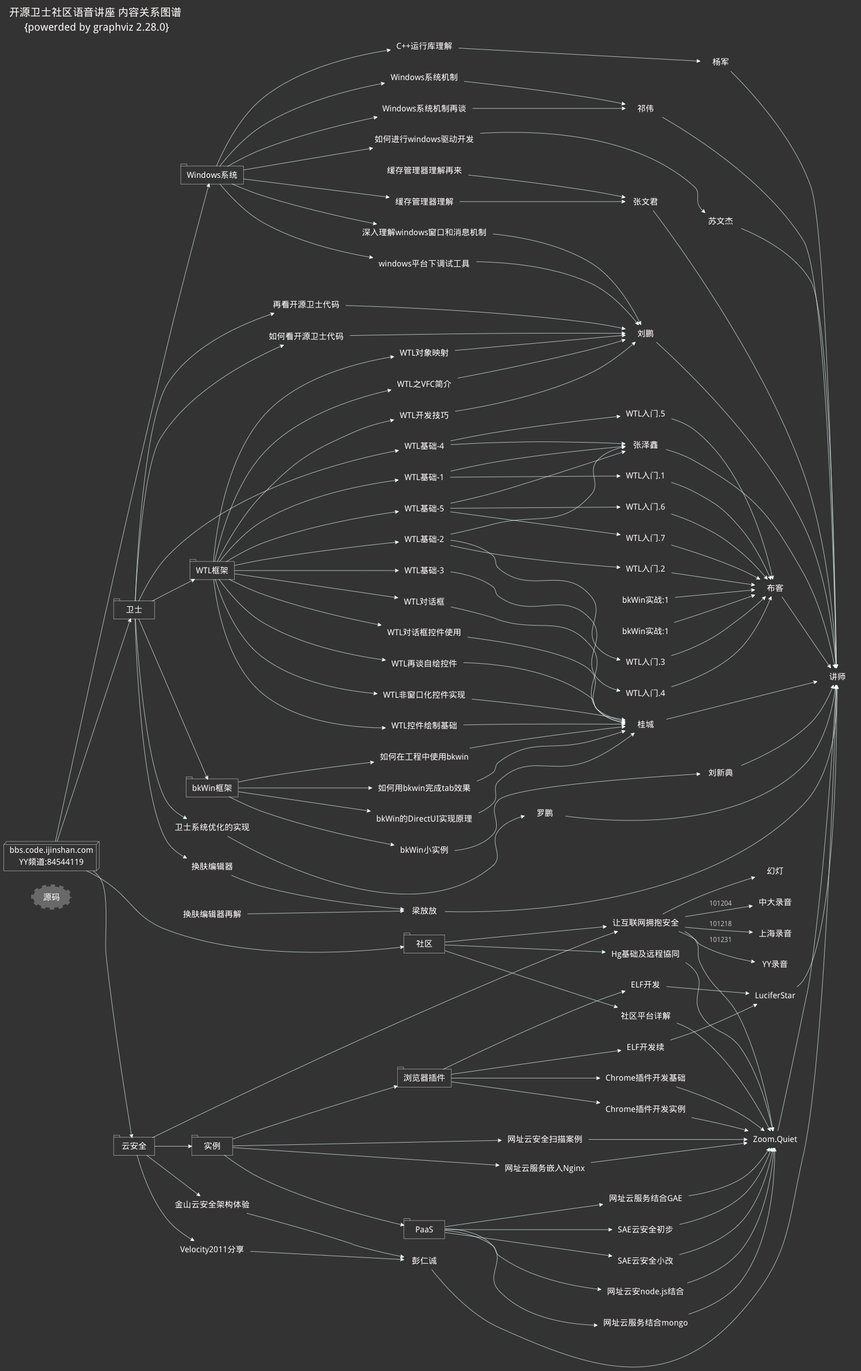
This is dot/knoss2talking.png from ZoomQuiet/zoomquiet.tangle, a Graphviz export, as it was before one commit. Its source is kept beside it as dot/knoss2talking.dot.
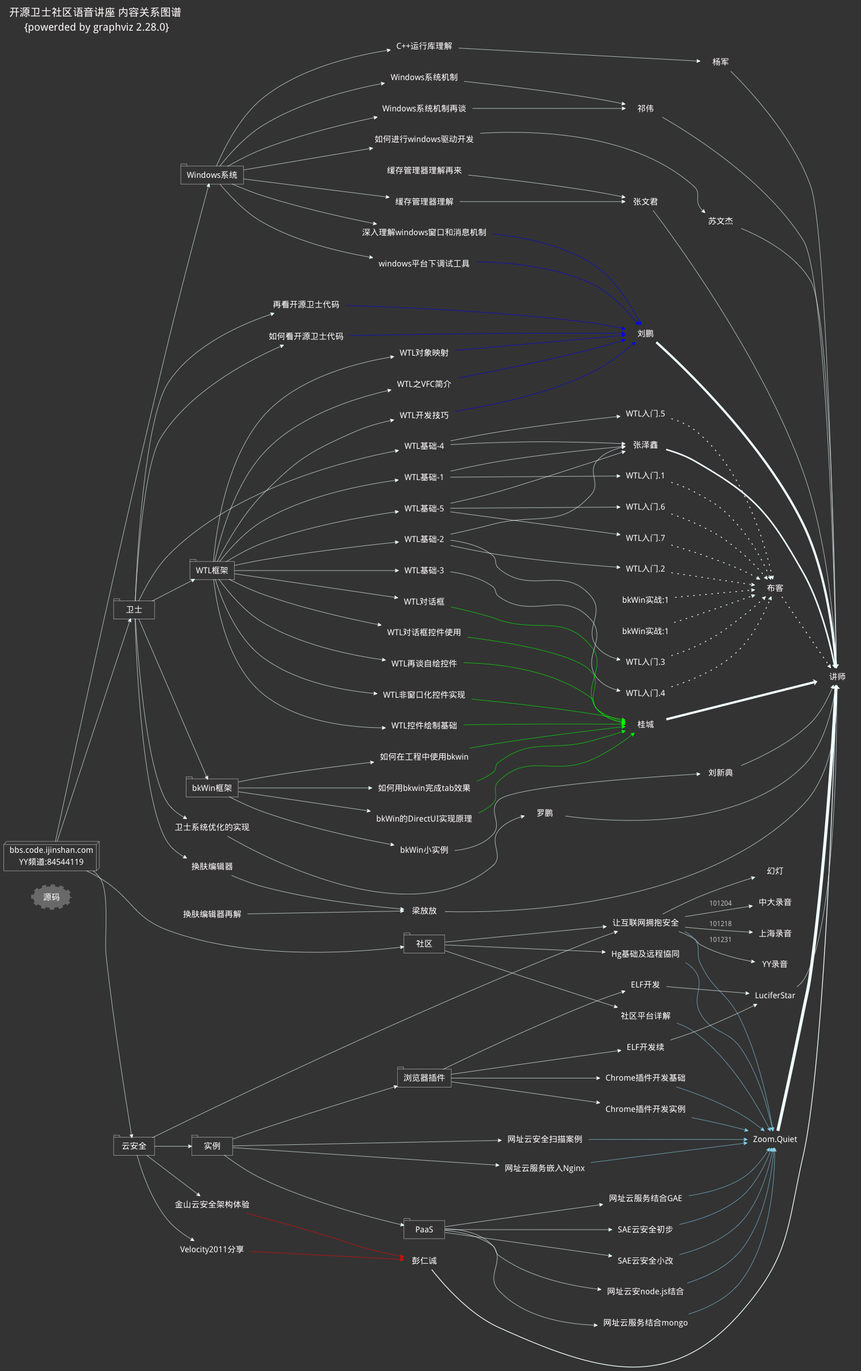
Above is the later version.

Commit message:
appended knoss ????????-done+color

The edit, as a diff of the source:
```diff
@@ -152,17 +152,17 @@
     community->{vol2 vol5};
     windows->{vol4 vol17 vol19 vol22 vol23 vol24 vol26};
 
-    {bbk1win bbk2win bbk1wtl bbk2wtl bbk3wtl bbk4wtl bbk5wtl bbk6wtl bbk7wtl}->Boobooke;
+    {bbk1win bbk2win bbk1wtl bbk2wtl bbk3wtl bbk4wtl bbk5wtl bbk6wtl bbk7wtl}->Boobooke [style="dotted"];
         vol30->bbk1wtl;
         vol32->{bbk2wtl bbk3wtl};
         vol33->bbk4wtl;
         vol35->bbk5wtl;
         vol37->{bbk6wtl bbk7wtl};
 
-    {vol1 vol2 vol5 vol28 vol29 vol38 vol39 vol41 vol42 vol43 vol44 vol45}->ZQ;
-    {vol4 vol6 vol7 vol11 vol13 vol15 vol17}->LiuP;
-    {vol8 vol9 vol10 vol12 vol14 vol16 vol18 vol31}->CGC;
-    {vol40 vol46}->PRC;
+    {vol1 vol2 vol5 vol28 vol29 vol38 vol39 vol41 vol42 vol43 vol44 vol45}->ZQ [color=skyblue];
+    {vol4 vol6 vol7 vol11 vol13 vol15 vol17}->LiuP [color=blue];
+    {vol8 vol9 vol10 vol12 vol14 vol16 vol18 vol31}->CGC [color=green];
+    {vol40 vol46}->PRC [color=red];
 
     {vol30 vol32 vol35 vol37}->ZZX;
     {vol20 vol21}->LS;
@@ -173,7 +173,14 @@
     {vol19}->SWJ;
     {vol26}->YJ;
     {vol3}->LP;
-    {ZQ LP LiuP CGC SWJ QW ZWJ ZZX LFF LXD YJ LS PRC Boobooke}->talkers;
+
+    {LP SWJ QW ZWJ LFF LXD YJ LS }->talkers;
+    Boobooke->talkers [style="dotted,setlinewidth(1)"];
+    PRC->talkers [style="setlinewidth(1)"];
+    ZZX->talkers [style="setlinewidth(2)"];
+    LiuP->talkers [style="setlinewidth(3)"];
+    CGC->talkers [style="setlinewidth(3)"];
+    ZQ->talkers [style="setlinewidth(4)"];
 
     talkers [label="讲师"];
         ZQ [label="Zoom.Quiet",URL="http://zoomquiet.org"];
@@ -190,7 +197,7 @@
         ZZX [label="张泽鑫",URL="#"];
         LFF [label="梁放放",URL="#"];
 
-        Boobooke [label="布客",URL="http://www.boobooke.com"];
+        Boobooke [label="布客",URL="boobooke.html"];
 
     bbk1wtl [label="WTL入门.1",URL="http://www.boobooke.com/v/bbk5230"];
     bbk2wtl [label="WTL入门.2",URL="http://www.boobooke.com/v/bbk5240"];
```
